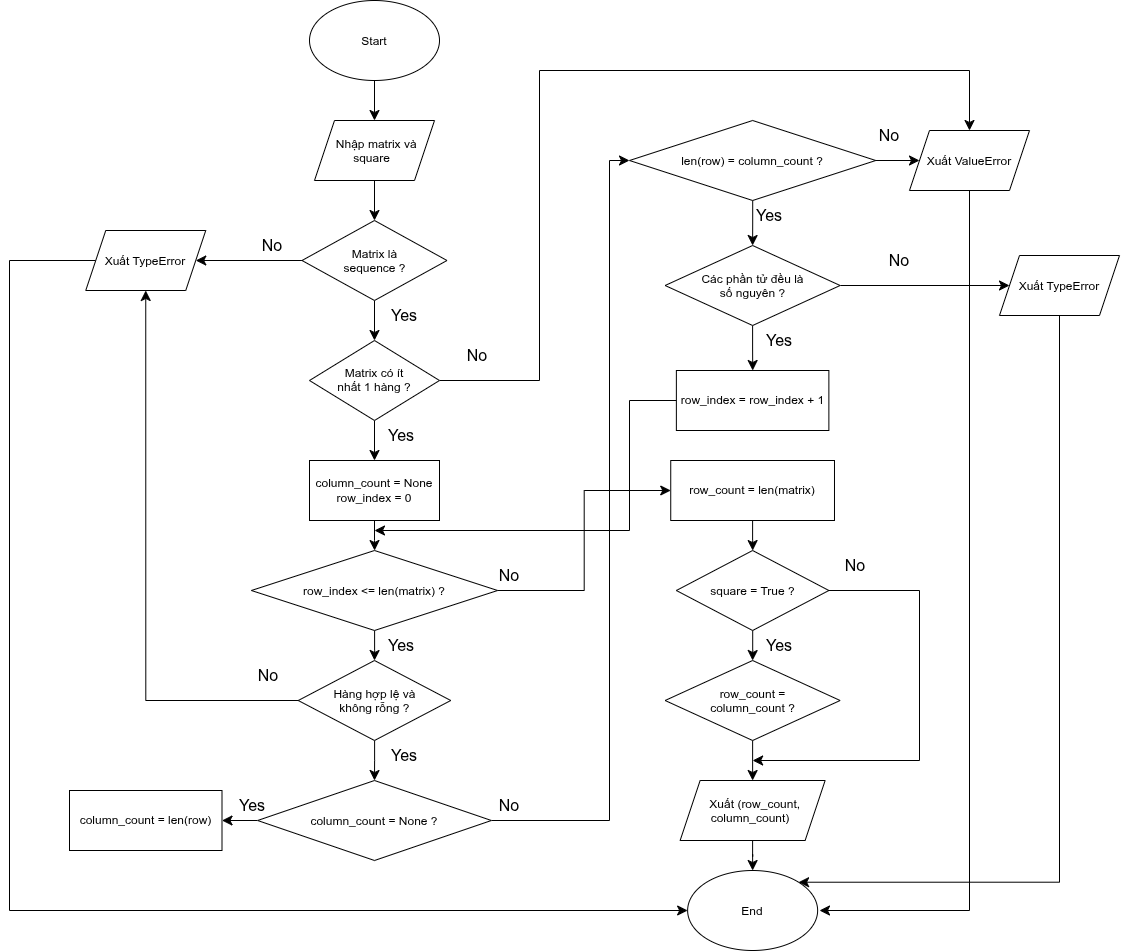
quanghung4dhh/LTMM_Project keeps this draw.io diagram as assets/validate_matrix.png. Above is the earlier version. Source tidied: cells renumbered, new cells last; positions are measured from the earlier drawing's top-left corner, leaving out a move shared by most shapes. The source it was exported from:
```xml
<mxGraphModel>
  <root>
    <mxCell id="0" />
    <mxCell id="1" parent="0" />
    <mxCell id="2" style="edgeStyle=orthogonalEdgeStyle;curved=1;rounded=0;curveGeometry=1;jettySize=auto;html=1;fontSize=12;defaultLabelBackgroundColor=page;startSize=8;endSize=8;" parent="1" edge="1" source="3" target="5">
      <mxGeometry relative="1" as="geometry" />
    </mxCell>
    <mxCell id="3" value="Start" style="ellipse;whiteSpace=wrap;html=1;shapeInside=1;" parent="1" vertex="1">
      <mxGeometry x="300" width="130" height="80" as="geometry" />
    </mxCell>
    <mxCell id="4" style="edgeStyle=orthogonalEdgeStyle;curved=1;rounded=0;curveGeometry=1;jettySize=auto;html=1;entryX=0.5;entryY=0;entryDx=0;entryDy=0;fontSize=12;defaultLabelBackgroundColor=page;startSize=8;endSize=8;" parent="1" edge="1" source="5" target="8">
      <mxGeometry relative="1" as="geometry" />
    </mxCell>
    <mxCell id="5" value="Nhập matrix và square" style="shape=parallelogram;perimeter=parallelogramPerimeter;whiteSpace=wrap;html=1;shapeInside=1;fixedSize=1;" parent="1" vertex="1">
      <mxGeometry x="305" y="120" width="120" height="60" as="geometry" />
    </mxCell>
    <mxCell id="6" style="edgeStyle=orthogonalEdgeStyle;curved=1;rounded=0;curveGeometry=1;jettySize=auto;html=1;fontSize=12;defaultLabelBackgroundColor=page;startSize=8;endSize=8;" parent="1" edge="1" source="8" target="11">
      <mxGeometry relative="1" as="geometry" />
    </mxCell>
    <mxCell id="7" style="edgeStyle=orthogonalEdgeStyle;curved=1;rounded=0;curveGeometry=1;jettySize=auto;html=1;fontSize=12;defaultLabelBackgroundColor=page;startSize=8;endSize=8;" parent="1" edge="1" source="8" target="28">
      <mxGeometry relative="1" as="geometry" />
    </mxCell>
    <mxCell id="8" value="Matrix là sequence ?" style="rhombus;whiteSpace=wrap;html=1;shapeInside=1;" parent="1" vertex="1">
      <mxGeometry x="292.5" y="220" width="145" height="80" as="geometry" />
    </mxCell>
    <mxCell id="9" style="edgeStyle=orthogonalEdgeStyle;curved=1;rounded=0;curveGeometry=1;jettySize=auto;html=1;fontSize=12;defaultLabelBackgroundColor=page;startSize=8;endSize=8;" parent="1" edge="1" source="11" target="13">
      <mxGeometry relative="1" as="geometry" />
    </mxCell>
    <mxCell id="10" style="edgeStyle=orthogonalEdgeStyle;curved=0;rounded=0;jettySize=auto;html=1;entryX=0.5;entryY=0;entryDx=0;entryDy=0;fontSize=12;defaultLabelBackgroundColor=page;startSize=8;endSize=8;" parent="1" edge="1" source="11" target="54">
      <mxGeometry x="-0.95" relative="1" as="geometry">
        <Array as="points">
          <mxPoint x="530" y="380" />
          <mxPoint x="530" y="70" />
          <mxPoint x="960" y="70" />
        </Array>
      </mxGeometry>
    </mxCell>
    <mxCell id="11" value="Matrix có ít nhất 1 hàng ?" style="rhombus;whiteSpace=wrap;html=1;shapeInside=1;" parent="1" vertex="1">
      <mxGeometry x="300" y="340" width="130" height="80" as="geometry" />
    </mxCell>
    <mxCell id="12" style="edgeStyle=orthogonalEdgeStyle;curved=1;rounded=0;curveGeometry=1;jettySize=auto;html=1;fontSize=12;defaultLabelBackgroundColor=page;startSize=8;endSize=8;" parent="1" edge="1" source="13" target="16">
      <mxGeometry relative="1" as="geometry" />
    </mxCell>
    <mxCell id="13" value="column_count = None&lt;div&gt;row_index = 0&lt;/div&gt;" style="whiteSpace=wrap;html=1;" parent="1" vertex="1">
      <mxGeometry x="300" y="460" width="130" height="60" as="geometry" />
    </mxCell>
    <mxCell id="14" style="edgeStyle=orthogonalEdgeStyle;curved=1;rounded=0;curveGeometry=1;jettySize=auto;html=1;entryX=0.5;entryY=0;entryDx=0;entryDy=0;fontSize=12;defaultLabelBackgroundColor=page;startSize=8;endSize=8;" parent="1" edge="1" source="16" target="19">
      <mxGeometry relative="1" as="geometry" />
    </mxCell>
    <mxCell id="15" style="edgeStyle=orthogonalEdgeStyle;curved=0;rounded=0;jettySize=auto;html=1;fontSize=12;defaultLabelBackgroundColor=page;startSize=8;endSize=8;entryX=0;entryY=0.5;entryDx=0;entryDy=0;" parent="1" edge="1" source="16" target="37">
      <mxGeometry relative="1" as="geometry" />
    </mxCell>
    <mxCell id="16" value="row_index &amp;lt;= len(matrix) ?" style="rhombus;whiteSpace=wrap;html=1;shapeInside=1;" parent="1" vertex="1">
      <mxGeometry x="241.9" y="550" width="246.2" height="80" as="geometry" />
    </mxCell>
    <mxCell id="17" style="edgeStyle=orthogonalEdgeStyle;curved=1;rounded=0;curveGeometry=1;jettySize=auto;html=1;fontSize=12;defaultLabelBackgroundColor=page;startSize=8;endSize=8;" parent="1" edge="1" source="19" target="22">
      <mxGeometry relative="1" as="geometry" />
    </mxCell>
    <mxCell id="18" style="edgeStyle=orthogonalEdgeStyle;curved=0;rounded=0;jettySize=auto;html=1;entryX=0.5;entryY=1;entryDx=0;entryDy=0;fontSize=12;defaultLabelBackgroundColor=page;startSize=8;endSize=8;" parent="1" edge="1" source="19" target="28">
      <mxGeometry relative="1" as="geometry" />
    </mxCell>
    <mxCell id="19" value="Hàng hợp lệ và không rỗng ?" style="rhombus;whiteSpace=wrap;html=1;shapeInside=1;" parent="1" vertex="1">
      <mxGeometry x="288.8" y="660" width="152.5" height="80" as="geometry" />
    </mxCell>
    <mxCell id="20" style="edgeStyle=orthogonalEdgeStyle;curved=1;rounded=0;curveGeometry=1;jettySize=auto;html=1;fontSize=12;defaultLabelBackgroundColor=page;startSize=8;endSize=8;" parent="1" edge="1" source="22" target="23">
      <mxGeometry relative="1" as="geometry" />
    </mxCell>
    <mxCell id="21" style="edgeStyle=orthogonalEdgeStyle;curved=0;rounded=0;jettySize=auto;html=1;entryX=0;entryY=0.5;entryDx=0;entryDy=0;fontSize=12;defaultLabelBackgroundColor=page;startSize=8;endSize=8;" parent="1" edge="1" source="22" target="26">
      <mxGeometry relative="1" as="geometry">
        <Array as="points">
          <mxPoint x="600" y="820" />
          <mxPoint x="600" y="160" />
        </Array>
      </mxGeometry>
    </mxCell>
    <mxCell id="22" value="column_count = None ?" style="rhombus;whiteSpace=wrap;html=1;shapeInside=1;" parent="1" vertex="1">
      <mxGeometry x="248.1" y="780" width="233.8" height="80" as="geometry" />
    </mxCell>
    <mxCell id="23" value="column_count = len(row)" style="whiteSpace=wrap;html=1;" parent="1" vertex="1">
      <mxGeometry x="60" y="790" width="152.5" height="60" as="geometry" />
    </mxCell>
    <mxCell id="24" style="edgeStyle=orthogonalEdgeStyle;curved=1;rounded=0;curveGeometry=1;jettySize=auto;html=1;fontSize=12;defaultLabelBackgroundColor=page;startSize=8;endSize=8;" parent="1" edge="1" source="26" target="31">
      <mxGeometry relative="1" as="geometry" />
    </mxCell>
    <mxCell id="25" style="edgeStyle=orthogonalEdgeStyle;curved=1;rounded=0;curveGeometry=1;jettySize=auto;html=1;entryX=0;entryY=0.5;entryDx=0;entryDy=0;fontSize=12;defaultLabelBackgroundColor=page;startSize=8;endSize=8;" parent="1" edge="1" source="26" target="54">
      <mxGeometry relative="1" as="geometry" />
    </mxCell>
    <mxCell id="26" value="len(row) = column_count ?" style="rhombus;whiteSpace=wrap;html=1;shapeInside=1;" parent="1" vertex="1">
      <mxGeometry x="620" y="120" width="246.2" height="80" as="geometry" />
    </mxCell>
    <mxCell id="27" style="edgeStyle=orthogonalEdgeStyle;curved=0;rounded=0;jettySize=auto;html=1;entryX=0;entryY=0.5;entryDx=0;entryDy=0;fontSize=12;defaultLabelBackgroundColor=page;startSize=8;endSize=8;exitX=0;exitY=0.5;exitDx=0;exitDy=0;" parent="1" edge="1" source="28" target="42">
      <mxGeometry x="0.05" relative="1" as="geometry">
        <Array as="points">
          <mxPoint y="260" />
          <mxPoint y="910" />
        </Array>
      </mxGeometry>
    </mxCell>
    <mxCell id="28" value="Xuất TypeError" style="shape=parallelogram;perimeter=parallelogramPerimeter;whiteSpace=wrap;html=1;shapeInside=1;fixedSize=1;" parent="1" vertex="1">
      <mxGeometry x="76.2" y="230" width="120" height="60" as="geometry" />
    </mxCell>
    <mxCell id="29" style="edgeStyle=orthogonalEdgeStyle;curved=1;rounded=0;curveGeometry=1;jettySize=auto;html=1;fontSize=12;defaultLabelBackgroundColor=page;startSize=8;endSize=8;" parent="1" edge="1" source="31" target="32">
      <mxGeometry relative="1" as="geometry" />
    </mxCell>
    <mxCell id="30" style="edgeStyle=orthogonalEdgeStyle;curved=1;rounded=0;curveGeometry=1;jettySize=auto;html=1;entryX=0;entryY=0.5;entryDx=0;entryDy=0;fontSize=12;defaultLabelBackgroundColor=page;startSize=8;endSize=8;" parent="1" edge="1" source="31" target="56">
      <mxGeometry relative="1" as="geometry" />
    </mxCell>
    <mxCell id="31" value="Các phần tử đều là số nguyên ?" style="rhombus;whiteSpace=wrap;html=1;shapeInside=1;" parent="1" vertex="1">
      <mxGeometry x="655.6" y="245" width="175" height="80" as="geometry" />
    </mxCell>
    <mxCell id="32" value="row_index = row_index + 1" style="whiteSpace=wrap;html=1;" parent="1" vertex="1">
      <mxGeometry x="666.9" y="370" width="152.5" height="60" as="geometry" />
    </mxCell>
    <mxCell id="33" style="edgeStyle=orthogonalEdgeStyle;curved=1;rounded=0;curveGeometry=1;jettySize=auto;html=1;fontSize=12;defaultLabelBackgroundColor=page;startSize=8;endSize=8;" parent="1" edge="1" source="35" target="39">
      <mxGeometry relative="1" as="geometry" />
    </mxCell>
    <mxCell id="34" style="edgeStyle=orthogonalEdgeStyle;curved=0;rounded=0;jettySize=auto;html=1;fontSize=12;defaultLabelBackgroundColor=page;startSize=8;endSize=8;" parent="1" edge="1" source="35">
      <mxGeometry x="0.7" relative="1" as="geometry">
        <mxPoint x="743.1" y="760" as="targetPoint" />
        <Array as="points">
          <mxPoint x="910" y="590" />
          <mxPoint x="910" y="760" />
        </Array>
      </mxGeometry>
    </mxCell>
    <mxCell id="35" value="square = True ?" style="rhombus;whiteSpace=wrap;html=1;shapeInside=1;" parent="1" vertex="1">
      <mxGeometry x="666.9" y="550" width="152.5" height="80" as="geometry" />
    </mxCell>
    <mxCell id="36" style="edgeStyle=orthogonalEdgeStyle;curved=1;rounded=0;curveGeometry=1;jettySize=auto;html=1;fontSize=12;defaultLabelBackgroundColor=page;startSize=8;endSize=8;" parent="1" edge="1" source="37" target="35">
      <mxGeometry relative="1" as="geometry" />
    </mxCell>
    <mxCell id="37" value="row_count = len(matrix)" style="whiteSpace=wrap;html=1;" parent="1" vertex="1">
      <mxGeometry x="661.2" y="460" width="163.8" height="60" as="geometry" />
    </mxCell>
    <mxCell id="38" style="edgeStyle=orthogonalEdgeStyle;curved=1;rounded=0;curveGeometry=1;jettySize=auto;html=1;fontSize=12;defaultLabelBackgroundColor=page;startSize=8;endSize=8;" parent="1" edge="1" source="39" target="41">
      <mxGeometry relative="1" as="geometry" />
    </mxCell>
    <mxCell id="39" value="row_count = column_count ?" style="rhombus;whiteSpace=wrap;html=1;shapeInside=1;" parent="1" vertex="1">
      <mxGeometry x="655.6" y="660" width="175" height="80" as="geometry" />
    </mxCell>
    <mxCell id="40" style="edgeStyle=orthogonalEdgeStyle;curved=1;rounded=0;curveGeometry=1;jettySize=auto;html=1;fontSize=12;defaultLabelBackgroundColor=page;startSize=8;endSize=8;" parent="1" edge="1" source="41" target="42">
      <mxGeometry relative="1" as="geometry" />
    </mxCell>
    <mxCell id="41" value="Xuất (row_count, column_count)" style="shape=parallelogram;perimeter=parallelogramPerimeter;whiteSpace=wrap;html=1;shapeInside=1;fixedSize=1;" parent="1" vertex="1">
      <mxGeometry x="670.6" y="780" width="145" height="60" as="geometry" />
    </mxCell>
    <mxCell id="42" value="End" style="ellipse;whiteSpace=wrap;html=1;shapeInside=1;" parent="1" vertex="1">
      <mxGeometry x="678.1" y="870" width="130" height="80" as="geometry" />
    </mxCell>
    <mxCell id="43" value="No" style="text;html=1;whiteSpace=wrap;strokeColor=none;fillColor=none;align=center;verticalAlign=middle;rounded=0;fontSize=16;" parent="1" vertex="1">
      <mxGeometry x="232.5" y="230" width="60" height="30" as="geometry" />
    </mxCell>
    <mxCell id="44" value="Yes" style="text;html=1;whiteSpace=wrap;strokeColor=none;fillColor=none;align=center;verticalAlign=middle;rounded=0;fontSize=16;" parent="1" vertex="1">
      <mxGeometry x="365" y="300" width="60" height="30" as="geometry" />
    </mxCell>
    <mxCell id="45" value="No" style="text;html=1;whiteSpace=wrap;strokeColor=none;fillColor=none;align=center;verticalAlign=middle;rounded=0;fontSize=16;" parent="1" vertex="1">
      <mxGeometry x="437.5" y="340" width="60" height="30" as="geometry" />
    </mxCell>
    <mxCell id="46" value="Yes" style="text;html=1;whiteSpace=wrap;strokeColor=none;fillColor=none;align=center;verticalAlign=middle;rounded=0;fontSize=16;" parent="1" vertex="1">
      <mxGeometry x="361.9" y="420" width="60" height="30" as="geometry" />
    </mxCell>
    <mxCell id="47" value="Yes" style="text;html=1;whiteSpace=wrap;strokeColor=none;fillColor=none;align=center;verticalAlign=middle;rounded=0;fontSize=16;" parent="1" vertex="1">
      <mxGeometry x="361.9" y="630" width="60" height="30" as="geometry" />
    </mxCell>
    <mxCell id="48" value="No" style="text;html=1;whiteSpace=wrap;strokeColor=none;fillColor=none;align=center;verticalAlign=middle;rounded=0;fontSize=16;" parent="1" vertex="1">
      <mxGeometry x="470" y="560" width="60" height="30" as="geometry" />
    </mxCell>
    <mxCell id="49" value="Yes" style="text;html=1;whiteSpace=wrap;strokeColor=none;fillColor=none;align=center;verticalAlign=middle;rounded=0;fontSize=16;" parent="1" vertex="1">
      <mxGeometry x="365" y="740" width="60" height="30" as="geometry" />
    </mxCell>
    <mxCell id="50" value="No" style="text;html=1;whiteSpace=wrap;strokeColor=none;fillColor=none;align=center;verticalAlign=middle;rounded=0;fontSize=16;" parent="1" vertex="1">
      <mxGeometry x="228.8" y="660" width="60" height="30" as="geometry" />
    </mxCell>
    <mxCell id="51" value="No" style="text;html=1;whiteSpace=wrap;strokeColor=none;fillColor=none;align=center;verticalAlign=middle;rounded=0;fontSize=16;" parent="1" vertex="1">
      <mxGeometry x="470" y="790" width="60" height="30" as="geometry" />
    </mxCell>
    <mxCell id="52" value="Yes" style="text;html=1;whiteSpace=wrap;strokeColor=none;fillColor=none;align=center;verticalAlign=middle;rounded=0;fontSize=16;" parent="1" vertex="1">
      <mxGeometry x="212.5" y="790" width="60" height="30" as="geometry" />
    </mxCell>
    <mxCell id="53" style="edgeStyle=orthogonalEdgeStyle;curved=0;rounded=0;jettySize=auto;html=1;fontSize=12;defaultLabelBackgroundColor=page;startSize=8;endSize=8;" parent="1" edge="1" source="54">
      <mxGeometry x="0.04" relative="1" as="geometry">
        <mxPoint x="810" y="910" as="targetPoint" />
        <Array as="points">
          <mxPoint x="960" y="910" />
        </Array>
      </mxGeometry>
    </mxCell>
    <mxCell id="54" value="Xuất ValueError" style="shape=parallelogram;perimeter=parallelogramPerimeter;whiteSpace=wrap;html=1;shapeInside=1;fixedSize=1;" parent="1" vertex="1">
      <mxGeometry x="900" y="130" width="120" height="60" as="geometry" />
    </mxCell>
    <mxCell id="55" style="edgeStyle=orthogonalEdgeStyle;curved=0;rounded=0;jettySize=auto;html=1;entryX=1;entryY=0;entryDx=0;entryDy=0;fontSize=12;defaultLabelBackgroundColor=page;startSize=8;endSize=8;" parent="1" edge="1" source="56" target="42">
      <mxGeometry relative="1" as="geometry">
        <Array as="points">
          <mxPoint x="1050" y="881.7" />
        </Array>
      </mxGeometry>
    </mxCell>
    <mxCell id="56" value="Xuất TypeError" style="shape=parallelogram;perimeter=parallelogramPerimeter;whiteSpace=wrap;html=1;shapeInside=1;fixedSize=1;" parent="1" vertex="1">
      <mxGeometry x="990" y="255" width="120" height="60" as="geometry" />
    </mxCell>
    <mxCell id="57" value="No" style="text;html=1;whiteSpace=wrap;strokeColor=none;fillColor=none;align=center;verticalAlign=middle;rounded=0;fontSize=16;" parent="1" vertex="1">
      <mxGeometry x="850" y="120" width="60" height="30" as="geometry" />
    </mxCell>
    <mxCell id="58" value="Yes" style="text;html=1;whiteSpace=wrap;strokeColor=none;fillColor=none;align=center;verticalAlign=middle;rounded=0;fontSize=16;" parent="1" vertex="1">
      <mxGeometry x="730" y="200" width="60" height="30" as="geometry" />
    </mxCell>
    <mxCell id="59" value="No" style="text;html=1;whiteSpace=wrap;strokeColor=none;fillColor=none;align=center;verticalAlign=middle;rounded=0;fontSize=16;" parent="1" vertex="1">
      <mxGeometry x="860" y="245" width="60" height="30" as="geometry" />
    </mxCell>
    <mxCell id="60" value="Yes" style="text;html=1;whiteSpace=wrap;strokeColor=none;fillColor=none;align=center;verticalAlign=middle;rounded=0;fontSize=16;" parent="1" vertex="1">
      <mxGeometry x="740" y="325" width="60" height="30" as="geometry" />
    </mxCell>
    <mxCell id="61" style="edgeStyle=orthogonalEdgeStyle;curved=0;rounded=0;jettySize=auto;html=1;fontSize=12;defaultLabelBackgroundColor=page;startSize=8;endSize=8;" parent="1" edge="1" source="32">
      <mxGeometry x="-0.08" relative="1" as="geometry">
        <mxPoint x="365" y="530" as="targetPoint" />
        <Array as="points">
          <mxPoint x="620" y="400" />
          <mxPoint x="620" y="530" />
        </Array>
      </mxGeometry>
    </mxCell>
    <mxCell id="62" value="Yes" style="text;html=1;whiteSpace=wrap;strokeColor=none;fillColor=none;align=center;verticalAlign=middle;rounded=0;fontSize=16;" parent="1" vertex="1">
      <mxGeometry x="740" y="630" width="60" height="30" as="geometry" />
    </mxCell>
    <mxCell id="63" value="No" style="text;html=1;whiteSpace=wrap;strokeColor=none;fillColor=none;align=center;verticalAlign=middle;rounded=0;fontSize=16;" parent="1" vertex="1">
      <mxGeometry x="815.6" y="550" width="60" height="30" as="geometry" />
    </mxCell>
  </root>
</mxGraphModel>
```
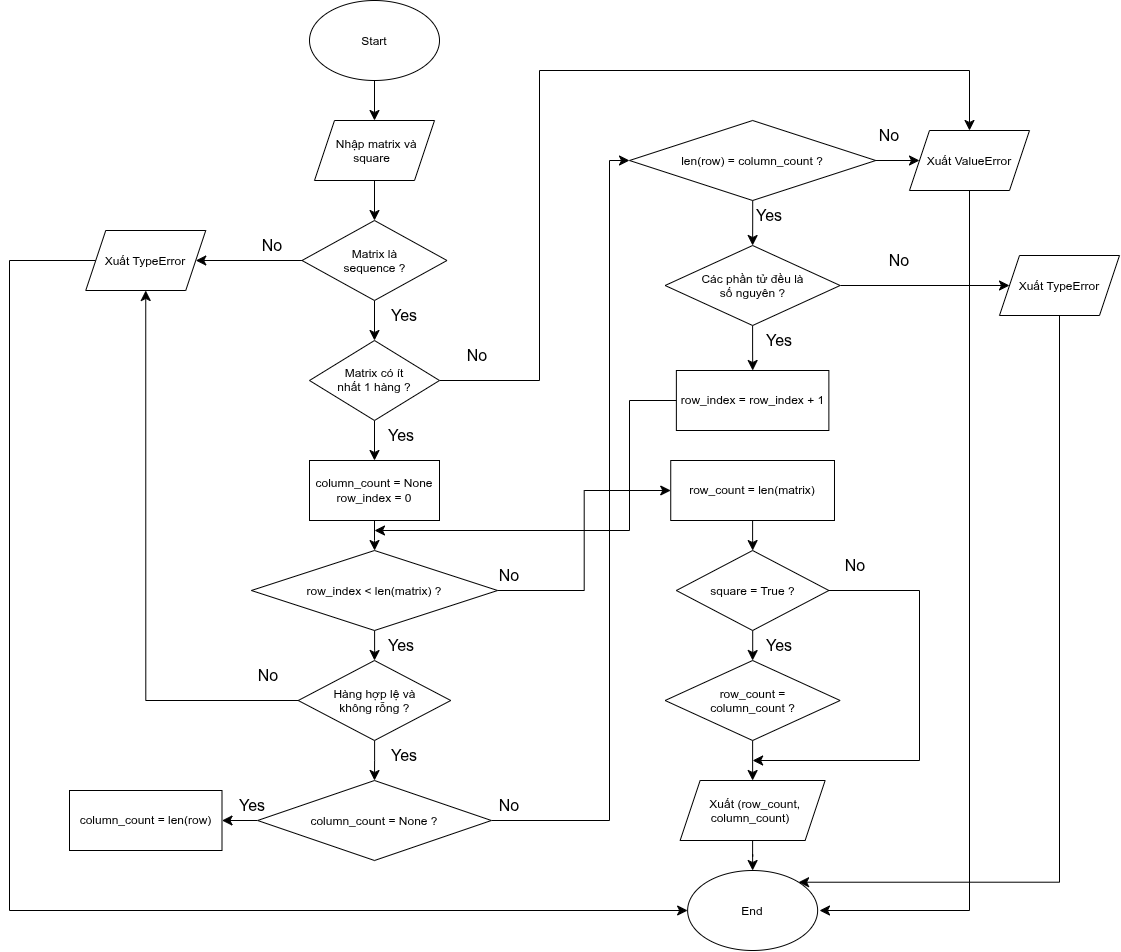
After the change.

Commit message:
Update diagram for validate matrix

Change to the diagram source:
```diff
@@ -50,7 +50,7 @@
     <mxCell id="15" style="edgeStyle=orthogonalEdgeStyle;curved=0;rounded=0;jettySize=auto;html=1;fontSize=12;defaultLabelBackgroundColor=page;startSize=8;endSize=8;entryX=0;entryY=0.5;entryDx=0;entryDy=0;" parent="1" edge="1" source="16" target="37">
       <mxGeometry relative="1" as="geometry" />
     </mxCell>
-    <mxCell id="16" value="row_index &amp;lt;= len(matrix) ?" style="rhombus;whiteSpace=wrap;html=1;shapeInside=1;" parent="1" vertex="1">
+    <mxCell id="16" value="row_index &amp;lt; len(matrix) ?" style="rhombus;whiteSpace=wrap;html=1;shapeInside=1;" parent="1" vertex="1">
       <mxGeometry x="241.9" y="550" width="246.2" height="80" as="geometry" />
     </mxCell>
     <mxCell id="17" style="edgeStyle=orthogonalEdgeStyle;curved=1;rounded=0;curveGeometry=1;jettySize=auto;html=1;fontSize=12;defaultLabelBackgroundColor=page;startSize=8;endSize=8;" parent="1" edge="1" source="19" target="22">
```
